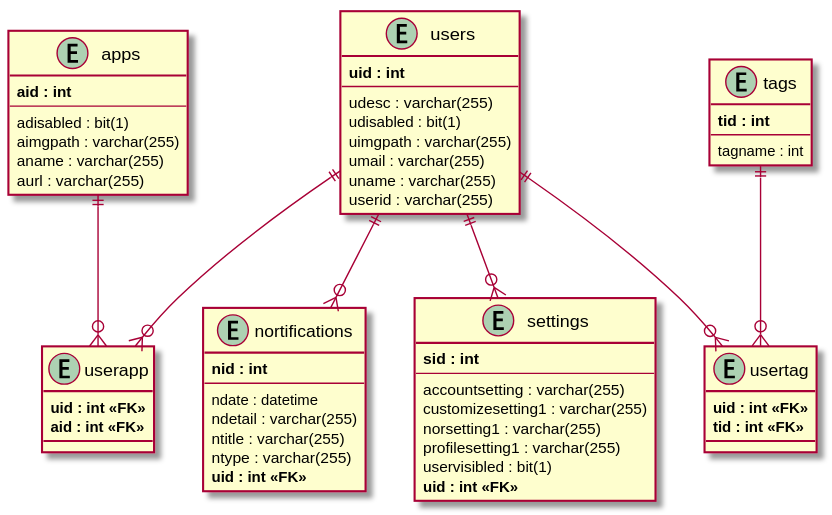
This is docs/assets/images/uml/f43bc6540c7dbe19f5f8ec033dbab7e110325b75.svg from MewW6m/Mineso, a PlantUML export, as it was before one commit. The source it was exported from:
```plantuml
@startuml
entity apps {
	**aid : int**
	---
	adisabled : bit(1)
	aimgpath : varchar(255)
	aname : varchar(255)
	aurl : varchar(255)
}
entity users{
	**uid : int**
	---
	udesc : varchar(255)
	udisabled : bit(1)
	uimgpath : varchar(255)
	umail : varchar(255)
	uname : varchar(255)
	userid : varchar(255)
}
entity tags{
	**tid : int**
	---
	tagname : int
}
entity nortifications{
	**nid : int**
	---
	ndate : datetime
	ndetail : varchar(255)
	ntitle : varchar(255)
	ntype : varchar(255)
	**uid : int <<FK>>**
}
entity settings{
	**sid : int**
	---
	accountsetting : varchar(255)
	customizesetting1 : varchar(255)
	norsetting1 : varchar(255)
	profilesetting1 : varchar(255)
	uservisibled : bit(1)
	**uid : int <<FK>>**
}
entity userapp{
	**uid : int <<FK>>**
	**aid : int <<FK>>**
}
entity usertag{
	**uid : int <<FK>>**
	**tid : int <<FK>>**
}
apps ||--o{ userapp
users ||--o{ userapp
tags  ||--o{ usertag
users  ||--o{ usertag
users  ||--o{ nortifications
users  ||--o{ settings
@enduml
```
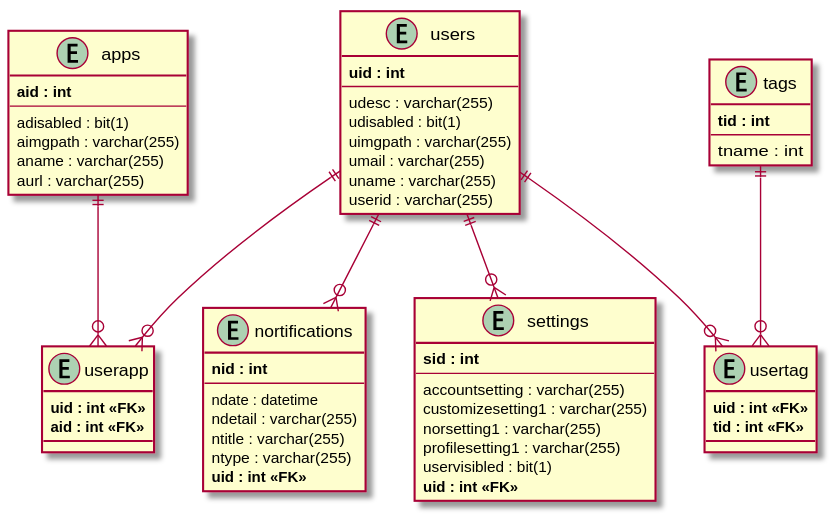
After the change.

Change to the diagram source:
```diff
@@ -20,7 +20,7 @@
 entity tags{
 	**tid : int**
 	---
-	tagname : int
+	tname : int
 }
 entity nortifications{
 	**nid : int**
```
